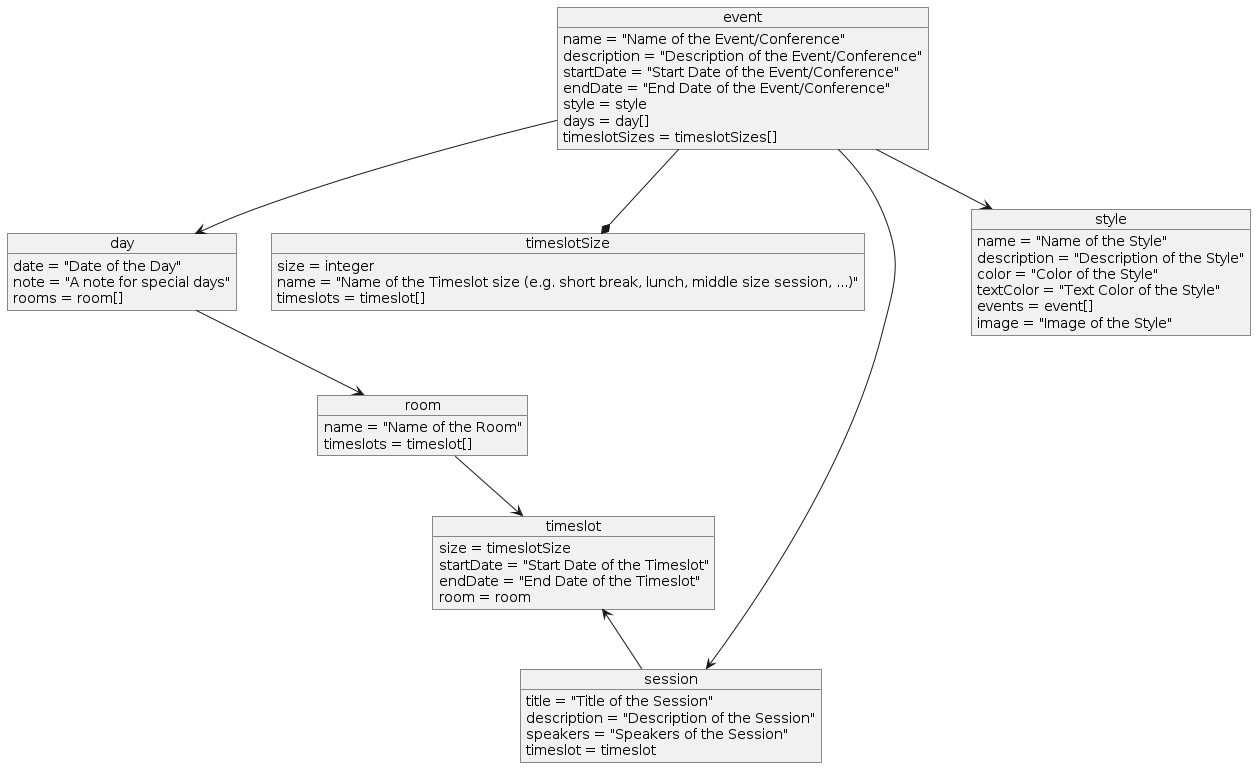
Above: docs/diagrams/BusinessModels.png in mayflower/oTTo (PlantUML), before the change.
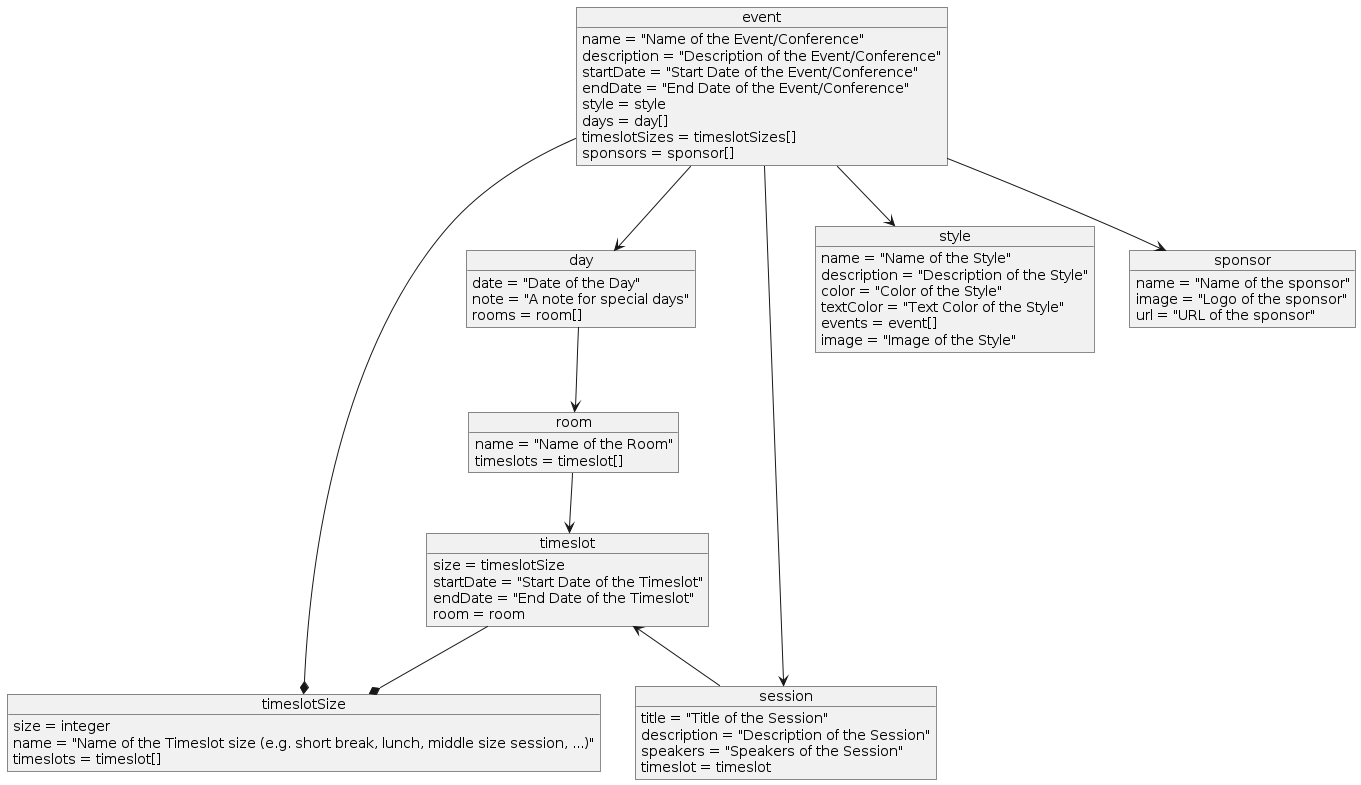
After the commit.

Commit message:
Implement comments from pullrequest

Diff of the diagram source:
```diff
@@ -7,6 +7,7 @@
 object timeslot
 object session
 object style
+object sponsor
 
 event : name = "Name of the Event/Conference"
 event : description = "Description of the Event/Conference"
@@ -15,6 +16,11 @@
 event : style = style
 event : days = day[]
 event : timeslotSizes = timeslotSizes[]
+event : sponsors = sponsor[]
+
+sponsor : name = "Name of the sponsor"
+sponsor : image = "Logo of the sponsor"
+sponsor : url = "URL of the sponsor"
 
 day : date = "Date of the Day"
 day : note = "A note for special days"
@@ -48,10 +54,12 @@
 event --> style
 event --* timeslotSize
 event --> session
+event --> sponsor
 
 day --> room
 
 room --> timeslot
 timeslot <-- session
+timeslot --* timeslotSize
 
 @enduml
```
